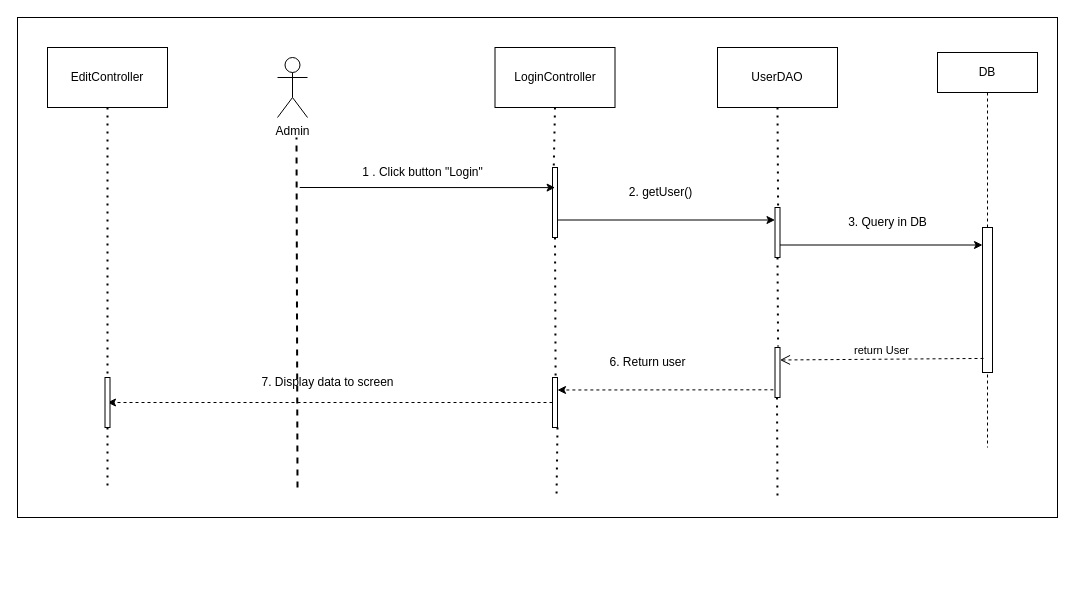
Earlier version of the draw.io diagram page "Page-4" (4 of 6) of te1.drawio (baspdd/desktop-tutorial). Source tidied: cells renumbered, new cells numbered last; positions are measured from the earlier drawing's top-left corner, leaving out a move shared by most shapes. Both pictures are drawn from the tidied source at 100%, with x=0, y=0 at pixel (17, 17).
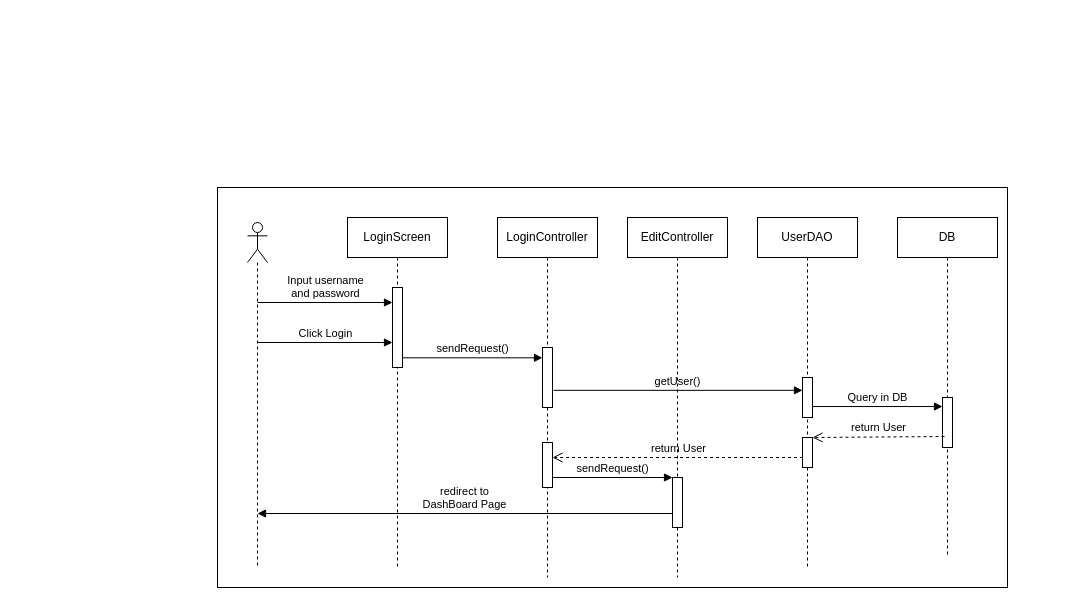
After the change.

What changed in the source:
```diff
@@
-    <mxCell id="2" style="rounded=0;whiteSpace=wrap;html=1;" parent="1" vertex="1">
-      <mxGeometry width="1040" height="500" as="geometry" />
-    </mxCell>
+    <mxCell id="34" style="rounded=0;whiteSpace=wrap;html=1;" parent="1" vertex="1">
+      <mxGeometry x="200" y="170" width="790" height="400" as="geometry" />
+    </mxCell>
+    <mxCell id="35" style="shape=umlLifeline;participant=umlActor;perimeter=lifelinePerimeter;whiteSpace=wrap;html=1;verticalAlign=top;spacingTop=36;" parent="1" vertex="1">
+      <mxGeometry x="230" y="205" width="20" height="345" as="geometry" />
+    </mxCell>
+    <mxCell id="36" value="Input username &lt;br&gt;and password" style="html=1;verticalAlign=bottom;endArrow=block;rounded=0;" parent="35" edge="1" target="39">
+      <mxGeometry relative="1" as="geometry">
+        <mxPoint x="10" y="80" as="sourcePoint" />
+      </mxGeometry>
+    </mxCell>
+    <mxCell id="37" value="Click Login" style="html=1;verticalAlign=bottom;endArrow=block;rounded=0;" parent="35" edge="1" target="39">
+      <mxGeometry relative="1" as="geometry">
+        <mxPoint x="10" y="120" as="sourcePoint" />
+      </mxGeometry>
+    </mxCell>
+    <mxCell id="38" value="LoginScreen" style="shape=umlLifeline;perimeter=lifelinePerimeter;whiteSpace=wrap;html=1;" parent="1" vertex="1">
+      <mxGeometry x="330" y="200" width="100" height="350" as="geometry" />
+    </mxCell>
+    <mxCell id="39" style="html=1;points=[];perimeter=orthogonalPerimeter;" parent="38" vertex="1">
+      <mxGeometry x="45" y="70" width="10" height="80" as="geometry" />
+    </mxCell>
-    <mxCell id="3" value="LoginController" style="rounded=0;whiteSpace=wrap;html=1;fontColor=none;fillColor=default;" parent="1" vertex="1">
-      <mxGeometry x="477.5" y="30" width="120" height="60" as="geometry" />
+    <mxCell id="3" value="LoginController" style="shape=umlLifeline;perimeter=lifelinePerimeter;whiteSpace=wrap;html=1;outlineConnect=0;" parent="1" vertex="1">
+      <mxGeometry x="480" y="200" width="100" height="360" as="geometry" />
     </mxCell>
-    <mxCell id="4" style="rounded=0;whiteSpace=wrap;html=1;fontColor=none;fillColor=default;" parent="1" vertex="1">
-      <mxGeometry x="535" y="150" width="5" height="70" as="geometry" />
-    </mxCell>
-    <mxCell id="5" value="1 . Click button &quot;Login&quot;" style="text;html=1;align=center;verticalAlign=middle;strokeColor=none;fillColor=none;fontColor=none;" parent="1" vertex="1">
-      <mxGeometry x="334.7" y="140" width="140" height="30" as="geometry" />
-    </mxCell>
-    <mxCell id="6" style="endArrow=none;dashed=1;html=1;dashPattern=1 3;strokeWidth=2;rounded=1;fontColor=none;entryX=0.25;entryY=0;entryDx=0;entryDy=0;exitX=0.5;exitY=1;exitDx=0;exitDy=0;" parent="1" edge="1" source="3" target="4">
-      <mxGeometry relative="1" as="geometry" />
-    </mxCell>
+    <mxCell id="40" style="html=1;points=[];perimeter=orthogonalPerimeter;" parent="3" vertex="1">
+      <mxGeometry x="45" y="130" width="10" height="60" as="geometry" />
+    </mxCell>
+    <mxCell id="41" style="html=1;points=[];perimeter=orthogonalPerimeter;" parent="3" vertex="1">
+      <mxGeometry x="45" y="225" width="10" height="45" as="geometry" />
+    </mxCell>
-    <mxCell id="7" value="UserDAO" style="rounded=0;whiteSpace=wrap;html=1;fontColor=none;fillColor=default;" parent="1" vertex="1">
-      <mxGeometry x="700" y="30" width="120" height="60" as="geometry" />
+    <mxCell id="7" value="UserDAO" style="shape=umlLifeline;perimeter=lifelinePerimeter;whiteSpace=wrap;html=1;outlineConnect=0;" parent="1" vertex="1">
+      <mxGeometry x="740" y="200" width="100" height="350" as="geometry" />
     </mxCell>
-    <mxCell id="8" style="rounded=0;whiteSpace=wrap;html=1;fontColor=none;fillColor=default;" parent="1" vertex="1">
-      <mxGeometry x="757.5" y="190" width="5" height="50" as="geometry" />
-    </mxCell>
-    <mxCell id="9" style="endArrow=none;dashed=1;html=1;dashPattern=1 3;strokeWidth=2;rounded=1;fontColor=none;exitX=0.5;exitY=1;exitDx=0;exitDy=0;entryX=0.62;entryY=-0.022;entryDx=0;entryDy=0;entryPerimeter=0;" parent="1" edge="1" source="7" target="8">
-      <mxGeometry relative="1" as="geometry" />
-    </mxCell>
-    <mxCell id="10" style="endArrow=classic;html=1;rounded=1;fontColor=none;entryX=0.076;entryY=0.267;entryDx=0;entryDy=0;entryPerimeter=0;" parent="1" edge="1">
-      <mxGeometry relative="1" as="geometry">
-        <mxPoint x="282.2" y="170" as="sourcePoint" />
-        <mxPoint x="537.6" y="170.1" as="targetPoint" />
-      </mxGeometry>
-    </mxCell>
-    <mxCell id="11" value="2. getUser()" style="text;html=1;align=center;verticalAlign=middle;strokeColor=none;fillColor=none;fontColor=none;" parent="1" vertex="1">
-      <mxGeometry x="597.5" y="160" width="90" height="30" as="geometry" />
-    </mxCell>
-    <mxCell id="12" style="endArrow=classic;html=1;rounded=1;fontColor=none;exitX=1;exitY=0.75;exitDx=0;exitDy=0;entryX=0;entryY=0.25;entryDx=0;entryDy=0;" parent="1" edge="1" source="4" target="8">
-      <mxGeometry relative="1" as="geometry" />
-    </mxCell>
-    <mxCell id="13" style="endArrow=classic;html=1;rounded=1;fontColor=none;exitX=1;exitY=0.75;exitDx=0;exitDy=0;" parent="1" edge="1" source="8" target="32">
-      <mxGeometry relative="1" as="geometry" />
-    </mxCell>
-    <mxCell id="14" style="endArrow=classic;html=1;rounded=1;fontColor=none;exitX=-0.329;exitY=0.846;exitDx=0;exitDy=0;exitPerimeter=0;dashed=1;entryX=1;entryY=0.25;entryDx=0;entryDy=0;" parent="1" edge="1" source="21" target="23">
-      <mxGeometry relative="1" as="geometry" />
-    </mxCell>
-    <mxCell id="15" value="6. Return user" style="text;html=1;align=center;verticalAlign=middle;strokeColor=none;fillColor=none;fontColor=none;" parent="1" vertex="1">
-      <mxGeometry x="580" y="330" width="100" height="30" as="geometry" />
-    </mxCell>
-    <mxCell id="16" style="endArrow=classic;html=1;rounded=1;fontColor=none;dashed=1;exitX=0;exitY=0.5;exitDx=0;exitDy=0;" parent="1" edge="1" source="23">
-      <mxGeometry relative="1" as="geometry">
-        <mxPoint x="90" y="385" as="targetPoint" />
-      </mxGeometry>
-    </mxCell>
-    <mxCell id="17" value="7. Display data to screen" style="text;html=1;align=center;verticalAlign=middle;strokeColor=none;fillColor=none;fontColor=none;" parent="1" vertex="1">
-      <mxGeometry x="230" y="350" width="160" height="30" as="geometry" />
-    </mxCell>
-    <mxCell id="18" style="endArrow=none;dashed=1;html=1;dashPattern=1 3;strokeWidth=2;rounded=1;fontColor=none;exitX=0.5;exitY=1;exitDx=0;exitDy=0;" parent="1" edge="1">
-      <mxGeometry relative="1" as="geometry">
-        <mxPoint x="540" y="410" as="sourcePoint" />
-        <mxPoint x="539" y="480" as="targetPoint" />
-      </mxGeometry>
-    </mxCell>
-    <mxCell id="19" style="endArrow=none;dashed=1;html=1;strokeWidth=2;rounded=1;fontColor=none;" parent="1" edge="1">
-      <mxGeometry relative="1" as="geometry">
-        <mxPoint x="280" y="470" as="sourcePoint" />
-        <mxPoint x="279" y="120" as="targetPoint" />
-      </mxGeometry>
-    </mxCell>
-    <mxCell id="20" value="3. Query in DB" style="text;html=1;align=center;verticalAlign=middle;strokeColor=none;fillColor=none;fontColor=none;" parent="1" vertex="1">
-      <mxGeometry x="820" y="190" width="100" height="30" as="geometry" />
-    </mxCell>
-    <mxCell id="21" style="rounded=0;whiteSpace=wrap;html=1;fontColor=none;fillColor=default;" parent="1" vertex="1">
-      <mxGeometry x="757.5" y="330" width="5" height="50" as="geometry" />
-    </mxCell>
-    <mxCell id="22" style="endArrow=none;dashed=1;html=1;dashPattern=1 3;strokeWidth=2;rounded=1;fontColor=none;exitX=0.5;exitY=1;exitDx=0;exitDy=0;entryX=0.62;entryY=-0.022;entryDx=0;entryDy=0;entryPerimeter=0;" parent="1" edge="1" target="21">
-      <mxGeometry relative="1" as="geometry">
-        <mxPoint x="760" y="240" as="sourcePoint" />
-      </mxGeometry>
-    </mxCell>
-    <mxCell id="23" style="rounded=0;whiteSpace=wrap;html=1;fontColor=none;fillColor=default;" parent="1" vertex="1">
-      <mxGeometry x="535" y="360" width="5" height="50" as="geometry" />
-    </mxCell>
-    <mxCell id="24" style="endArrow=none;dashed=1;html=1;dashPattern=1 3;strokeWidth=2;rounded=1;fontColor=none;exitX=0.5;exitY=1;exitDx=0;exitDy=0;entryX=0.62;entryY=-0.022;entryDx=0;entryDy=0;entryPerimeter=0;" parent="1" edge="1" target="23">
-      <mxGeometry relative="1" as="geometry">
-        <mxPoint x="537.5" y="220" as="sourcePoint" />
-      </mxGeometry>
-    </mxCell>
+    <mxCell id="42" style="html=1;points=[];perimeter=orthogonalPerimeter;" parent="7" vertex="1">
+      <mxGeometry x="45" y="160" width="10" height="40" as="geometry" />
+    </mxCell>
+    <mxCell id="43" style="html=1;points=[];perimeter=orthogonalPerimeter;" parent="7" vertex="1">
+      <mxGeometry x="45" y="220" width="10" height="30" as="geometry" />
+    </mxCell>
+    <mxCell id="31" value="DB" style="shape=umlLifeline;perimeter=lifelinePerimeter;whiteSpace=wrap;html=1;" parent="1" vertex="1">
+      <mxGeometry x="880" y="200" width="100" height="340" as="geometry" />
+    </mxCell>
+    <mxCell id="44" style="html=1;points=[];perimeter=orthogonalPerimeter;" parent="31" vertex="1">
+      <mxGeometry x="45" y="180" width="10" height="50" as="geometry" />
+    </mxCell>
+    <mxCell id="45" value="sendRequest()" style="html=1;verticalAlign=bottom;endArrow=block;rounded=0;exitX=0.971;exitY=0.879;exitDx=0;exitDy=0;exitPerimeter=0;" parent="1" edge="1" source="39" target="40">
+      <mxGeometry relative="1" as="geometry" />
+    </mxCell>
+    <mxCell id="46" value="getUser()" style="html=1;verticalAlign=bottom;endArrow=block;rounded=0;exitX=1.114;exitY=0.714;exitDx=0;exitDy=0;exitPerimeter=0;" parent="1" edge="1" source="40" target="42">
+      <mxGeometry relative="1" as="geometry" />
+    </mxCell>
+    <mxCell id="47" value="Query in DB" style="html=1;verticalAlign=bottom;endArrow=block;rounded=0;exitX=1.029;exitY=0.726;exitDx=0;exitDy=0;exitPerimeter=0;" parent="1" edge="1" source="42" target="44">
+      <mxGeometry relative="1" as="geometry" />
+    </mxCell>
+    <mxCell id="48" value="return User" style="html=1;verticalAlign=bottom;endArrow=open;dashed=1;endSize=8;rounded=0;exitX=0.2;exitY=0.78;exitDx=0;exitDy=0;exitPerimeter=0;" parent="1" edge="1" source="44" target="43">
+      <mxGeometry relative="1" as="geometry" />
+    </mxCell>
+    <mxCell id="49" value="return User" style="html=1;verticalAlign=bottom;endArrow=open;dashed=1;endSize=8;rounded=0;exitX=0.057;exitY=0.667;exitDx=0;exitDy=0;exitPerimeter=0;" parent="1" edge="1" source="43" target="41">
+      <mxGeometry relative="1" as="geometry" />
+    </mxCell>
+    <mxCell id="50" value="redirect to &lt;br&gt;DashBoard Page" style="html=1;verticalAlign=bottom;endArrow=block;rounded=0;exitX=0;exitY=0.72;exitDx=0;exitDy=0;exitPerimeter=0;" parent="1" edge="1" source="51">
+      <mxGeometry relative="1" as="geometry">
+        <mxPoint x="240" y="496" as="targetPoint" />
+      </mxGeometry>
+    </mxCell>
-    <mxCell id="25" value="EditController" style="rounded=0;whiteSpace=wrap;html=1;fontColor=none;fillColor=default;" parent="1" vertex="1">
-      <mxGeometry x="30" y="30" width="120" height="60" as="geometry" />
+    <mxCell id="25" value="EditController" style="shape=umlLifeline;perimeter=lifelinePerimeter;whiteSpace=wrap;html=1;outlineConnect=0;" parent="1" vertex="1">
+      <mxGeometry x="610" y="200" width="100" height="360" as="geometry" />
     </mxCell>
-    <mxCell id="26" style="endArrow=none;dashed=1;html=1;dashPattern=1 3;strokeWidth=2;rounded=1;fontColor=none;exitX=0.5;exitY=1;exitDx=0;exitDy=0;startArrow=none;" parent="1" edge="1" source="28">
-      <mxGeometry relative="1" as="geometry">
-        <mxPoint x="90" y="470" as="targetPoint" />
-      </mxGeometry>
-    </mxCell>
-    <mxCell id="27" style="endArrow=none;dashed=1;html=1;dashPattern=1 3;strokeWidth=2;rounded=1;fontColor=none;exitX=0.5;exitY=1;exitDx=0;exitDy=0;" parent="1" edge="1">
-      <mxGeometry relative="1" as="geometry">
-        <mxPoint x="759.5" y="380" as="sourcePoint" />
-        <mxPoint x="760" y="480" as="targetPoint" />
-      </mxGeometry>
-    </mxCell>
-    <mxCell id="28" style="rounded=0;whiteSpace=wrap;html=1;fontColor=none;fillColor=default;" parent="1" vertex="1">
-      <mxGeometry x="87.5" y="360" width="5" height="50" as="geometry" />
-    </mxCell>
-    <mxCell id="29" style="endArrow=none;dashed=1;html=1;dashPattern=1 3;strokeWidth=2;rounded=1;fontColor=none;exitX=0.5;exitY=1;exitDx=0;exitDy=0;" parent="1" edge="1" source="25" target="28">
-      <mxGeometry relative="1" as="geometry" />
-    </mxCell>
-    <mxCell id="30" value="Admin" style="shape=umlActor;verticalLabelPosition=bottom;verticalAlign=top;html=1;" parent="1" vertex="1">
-      <mxGeometry x="260" y="40" width="30" height="60" as="geometry" />
-    </mxCell>
-    <mxCell id="31" value="DB" style="shape=umlLifeline;perimeter=lifelinePerimeter;whiteSpace=wrap;html=1;" parent="1" vertex="1">
-      <mxGeometry x="920" y="35" width="100" height="395" as="geometry" />
-    </mxCell>
-    <mxCell id="32" style="html=1;points=[];perimeter=orthogonalPerimeter;" parent="31" vertex="1">
-      <mxGeometry x="45" y="175" width="10" height="145" as="geometry" />
-    </mxCell>
-    <mxCell id="33" value="return User" style="html=1;verticalAlign=bottom;endArrow=open;dashed=1;endSize=8;rounded=0;exitX=0.1;exitY=0.903;exitDx=0;exitDy=0;exitPerimeter=0;entryX=1;entryY=0.25;entryDx=0;entryDy=0;" parent="1" edge="1" source="32" target="21">
-      <mxGeometry relative="1" as="geometry" />
-    </mxCell>
+    <mxCell id="51" style="html=1;points=[];perimeter=orthogonalPerimeter;" parent="25" vertex="1">
+      <mxGeometry x="45" y="260" width="10" height="50" as="geometry" />
+    </mxCell>
+    <mxCell id="52" value="sendRequest()" style="html=1;verticalAlign=bottom;endArrow=block;rounded=0;" parent="1" edge="1" source="41" target="51">
+      <mxGeometry relative="1" as="geometry" />
+    </mxCell>
```
